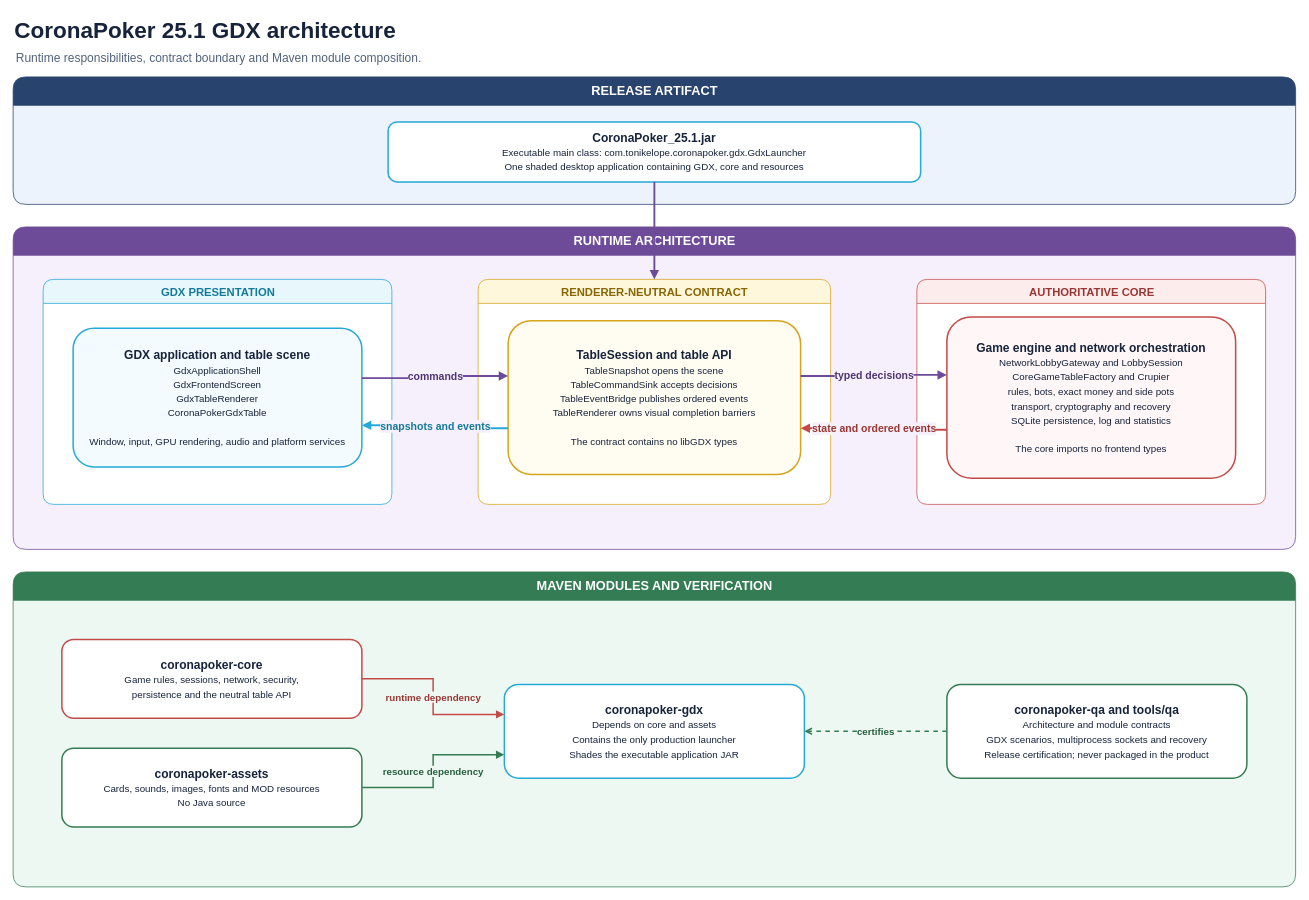
Before: docs/diagrams/coronapoker-module-map.drawio in tonikelope/coronapoker, a draw.io diagram. Source tidied: cells renumbered, new cells numbered last; positions are measured from the earlier drawing's top-left corner, leaving out a move shared by most shapes. Both pictures are drawn from the tidied source at 75%, with x=0, y=0 at pixel (13, 13).
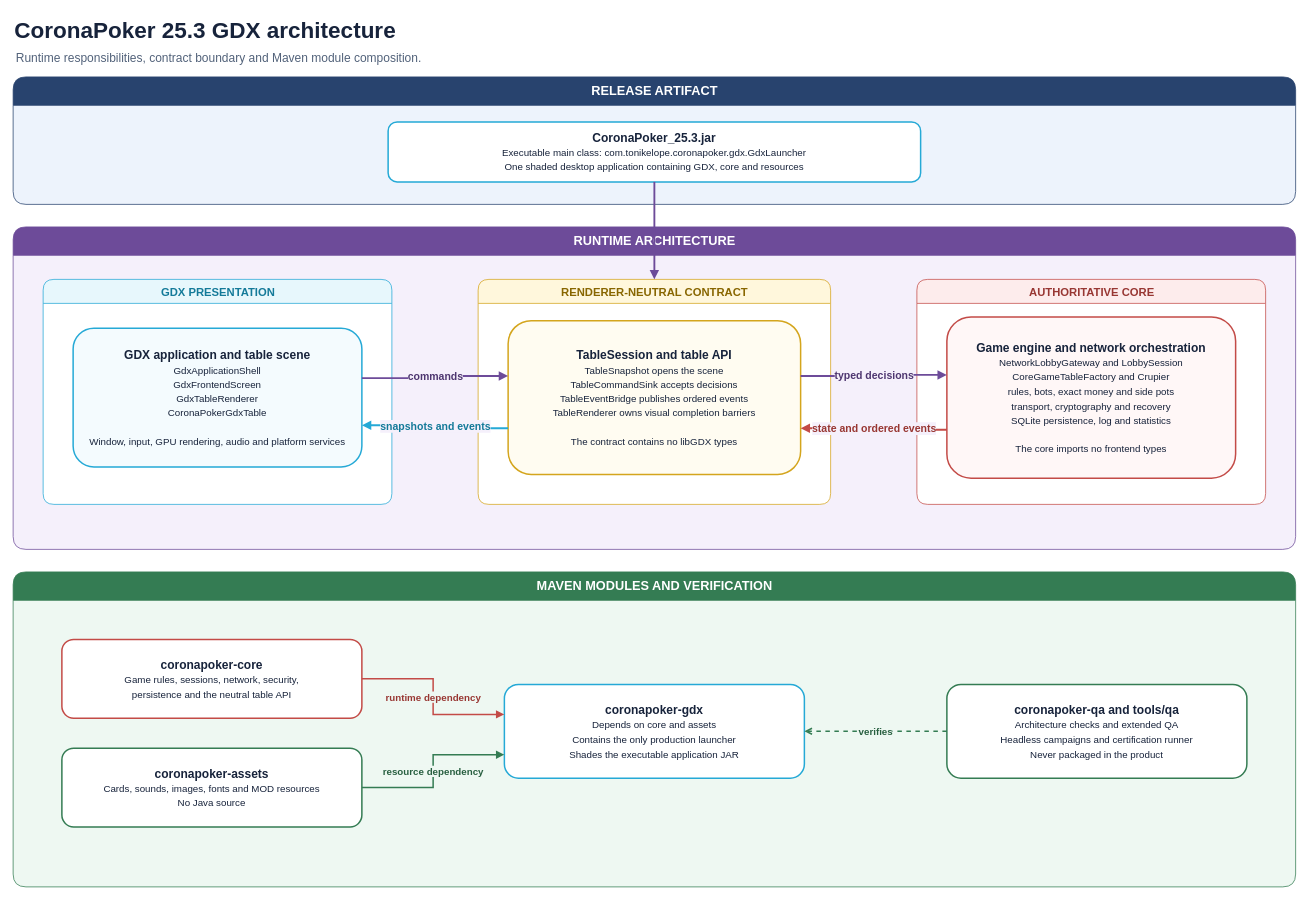
The same diagram, later.

Unchanged cells that the change refers to:
```xml
<mxCell id="21" value="&lt;b&gt;coronapoker-gdx&lt;/b&gt;&lt;br&gt;&lt;font size=&quot;2&quot;&gt;Depends on core and assets&lt;br&gt;Contains the only production launcher&lt;br&gt;Shades the executable application JAR&lt;/font&gt;" style="rounded=1;whiteSpace=wrap;html=1;fillColor=#FFFFFF;strokeColor=#25A9D6;strokeWidth=2;fontColor=#17233B;fontSize=16;" parent="1" vertex="1">
  <mxGeometry x="655" y="895" width="400" height="125" as="geometry" />
</mxCell>
```

Change to the diagram source:
```diff
@@
-    <mxCell id="2" value="CoronaPoker 25.1 GDX architecture" style="text;html=1;strokeColor=none;fillColor=none;align=left;verticalAlign=middle;fontSize=30;fontStyle=1;fontColor=#17233B;" parent="1" vertex="1">
+    <mxCell id="2" value="CoronaPoker 25.3 GDX architecture" style="text;html=1;strokeColor=none;fillColor=none;align=left;verticalAlign=middle;fontSize=30;fontStyle=1;fontColor=#17233B;" parent="1" vertex="1">
       <mxGeometry width="1050" height="45" as="geometry" />
     </mxCell>
@@
-    <mxCell id="5" value="&lt;b&gt;CoronaPoker_25.1.jar&lt;/b&gt;&lt;br&gt;&lt;font size=&quot;2&quot;&gt;Executable main class: com.tonikelope.coronapoker.gdx.GdxLauncher&lt;br&gt;One shaded desktop application containing GDX, core and resources&lt;/font&gt;" style="rounded=1;whiteSpace=wrap;html=1;fillColor=#FFFFFF;strokeColor=#25A9D6;strokeWidth=2;fontColor=#17233B;fontSize=16;" parent="1" vertex="1">
+    <mxCell id="5" value="&lt;b&gt;CoronaPoker_25.3.jar&lt;/b&gt;&lt;br&gt;&lt;font size=&quot;2&quot;&gt;Executable main class: com.tonikelope.coronapoker.gdx.GdxLauncher&lt;br&gt;One shaded desktop application containing GDX, core and resources&lt;/font&gt;" style="rounded=1;whiteSpace=wrap;html=1;fillColor=#FFFFFF;strokeColor=#25A9D6;strokeWidth=2;fontColor=#17233B;fontSize=16;" parent="1" vertex="1">
       <mxGeometry x="500" y="145" width="710" height="80" as="geometry" />
     </mxCell>
@@
-    <mxCell id="22" value="&lt;b&gt;coronapoker-qa and tools/qa&lt;/b&gt;&lt;br&gt;&lt;font size=&quot;2&quot;&gt;Architecture and module contracts&lt;br&gt;GDX scenarios, multiprocess sockets and recovery&lt;br&gt;Release certification; never packaged in the product&lt;/font&gt;" style="rounded=1;whiteSpace=wrap;html=1;fillColor=#FFFFFF;strokeColor=#347C53;strokeWidth=2;fontColor=#17233B;fontSize=16;" parent="1" vertex="1">
+    <mxCell id="22" value="&lt;b&gt;coronapoker-qa and tools/qa&lt;/b&gt;&lt;br&gt;&lt;font size=&quot;2&quot;&gt;Architecture checks and extended QA&lt;br&gt;Headless campaigns and certification runner&lt;br&gt;Never packaged in the product&lt;/font&gt;" style="rounded=1;whiteSpace=wrap;html=1;fillColor=#FFFFFF;strokeColor=#347C53;strokeWidth=2;fontColor=#17233B;fontSize=16;" parent="1" vertex="1">
       <mxGeometry x="1245" y="895" width="400" height="125" as="geometry" />
     </mxCell>
@@
-    <mxCell id="25" value="certifies" style="edgeStyle=orthogonalEdgeStyle;rounded=0;html=1;endArrow=open;endFill=0;dashed=1;strokeColor=#347C53;strokeWidth=2;fontColor=#285F40;fontSize=13;fontStyle=1;labelBackgroundColor=#EEF8F2;exitX=0;exitY=0.5;entryX=1;entryY=0.5;" parent="1" edge="1" source="22" target="21">
+    <mxCell id="25" value="verifies" style="edgeStyle=orthogonalEdgeStyle;rounded=0;html=1;endArrow=open;endFill=0;dashed=1;strokeColor=#347C53;strokeWidth=2;fontColor=#285F40;fontSize=13;fontStyle=1;labelBackgroundColor=#EEF8F2;exitX=0;exitY=0.5;entryX=1;entryY=0.5;" parent="1" edge="1" source="22" target="21">
       <mxGeometry relative="1" as="geometry" />
     </mxCell>
```
